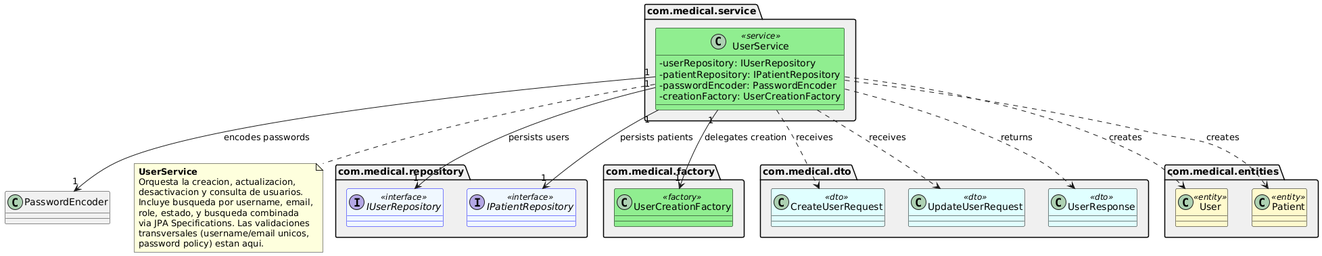
LeyderCeronM/Proyecto_piedra_azul keeps this PlantUML diagram as services/users-service/docs/modeling/uml/diagrams/ServiceRelations.png. Above is the earlier version.
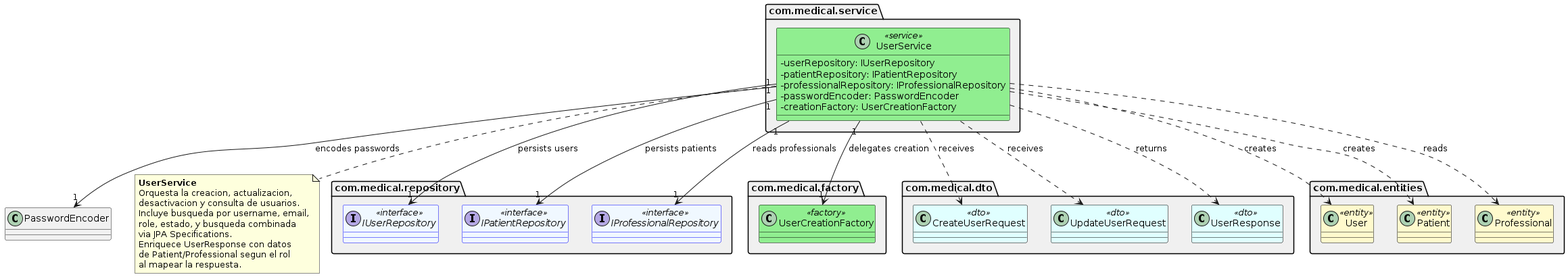
Later version of the same file.

Diff of the diagram source:
```diff
@@ -8,6 +8,7 @@
   class UserService <<service>> #90EE90;line:Black {
     {field} -userRepository: IUserRepository
     {field} -patientRepository: IPatientRepository
+    {field} -professionalRepository: IProfessionalRepository
     {field} -passwordEncoder: PasswordEncoder
     {field} -creationFactory: UserCreationFactory
   }
@@ -17,6 +18,7 @@
 package "com.medical.repository" as repoPkg #F0F0F0 {
   interface IUserRepository <<interface>> #F0F8FF;line:blue
   interface IPatientRepository <<interface>> #F0F8FF;line:blue
+  interface IProfessionalRepository <<interface>> #F0F8FF;line:blue
 }
 
 package "com.medical.factory" as factoryPkg #F0F0F0 {
@@ -32,10 +34,12 @@
 package "com.medical.entities" as entityPkg #F0F0F0 {
   class User <<entity>> #FFFACD;line:Black
   class Patient <<entity>> #FFFACD;line:Black
+  class Professional <<entity>> #FFFACD;line:Black
 }
 
 UserService "1" --> "1" IUserRepository : "persists users"
 UserService "1" --> "1" IPatientRepository : "persists patients"
+UserService "1" --> "1" IProfessionalRepository : "reads professionals"
 UserService "1" --> "1" UserCreationFactory : "delegates creation"
 UserService "1" --> "1" PasswordEncoder : "encodes passwords"
 
@@ -45,6 +49,7 @@
 
 UserService ..> User : "creates"
 UserService ..> Patient : "creates"
+UserService ..> Professional : "reads"
 
 note bottom of UserService
   **UserService**
@@ -52,9 +57,10 @@
   desactivacion y consulta de usuarios.
   Incluye busqueda por username, email,
   role, estado, y busqueda combinada
-  via JPA Specifications. Las validaciones
-  transversales (username/email unicos,
-  password policy) estan aqui.
+  via JPA Specifications.
+  Enriquece UserResponse con datos
+  de Patient/Professional segun el rol
+  al mapear la respuesta.
 end note
 
 @enduml
```
